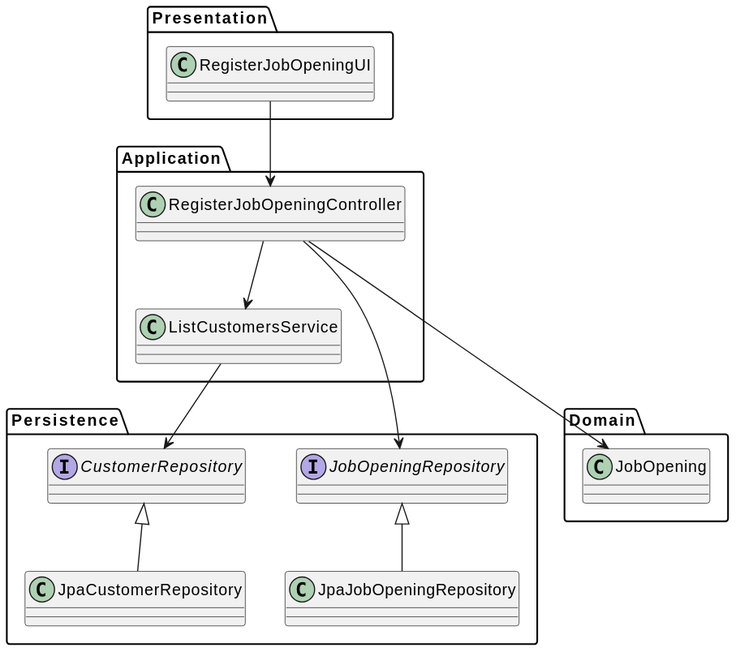
Before: docs/Sprint B/us_2002/class-diagram-01.svg, a diagram exported from PlantUML (Goncalves2525/Jobs4U-Talent-Acquisition-Management-System). Its diagram source:
```plantuml
@startuml
package Presentation {
    class RegisterJobOpeningUI
}

package Domain {
    class JobOpening
}

package Persistence {
    class JpaJobOpeningRepository
    class JpaCustomerRepository
    interface JobOpeningRepository
    interface CustomerRepository
}

package Application {
    class RegisterJobOpeningController
    class ListCustomersService
}



Presentation.RegisterJobOpeningUI --> Application.RegisterJobOpeningController
Application.RegisterJobOpeningController --> Persistence.JobOpeningRepository
Persistence.JobOpeningRepository <|-- Persistence.JpaJobOpeningRepository
Persistence.CustomerRepository <|-- Persistence.JpaCustomerRepository
Application.RegisterJobOpeningController --> Application.ListCustomersService
Application.ListCustomersService --> Persistence.CustomerRepository
Application.RegisterJobOpeningController ---> Domain.JobOpening
@enduml
```
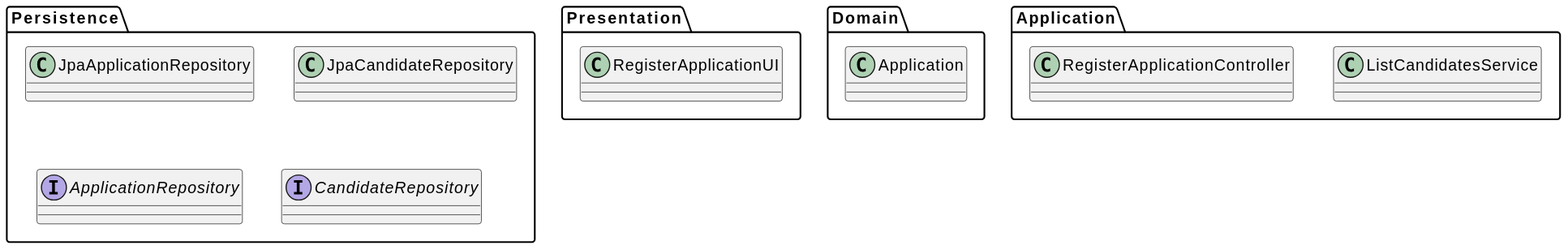
Later version of the same file.

Change to the diagram source:
```diff
@@ -1,31 +1,23 @@
 @startuml
 package Presentation {
-    class RegisterJobOpeningUI
+    class RegisterApplicationUI
 }
 
 package Domain {
-    class JobOpening
+    class Application
 }
 
 package Persistence {
-    class JpaJobOpeningRepository
-    class JpaCustomerRepository
-    interface JobOpeningRepository
-    interface CustomerRepository
+    class JpaApplicationRepository
+    class JpaCandidateRepository
+    interface ApplicationRepository
+    interface CandidateRepository
 }
 
 package Application {
-    class RegisterJobOpeningController
-    class ListCustomersService
+    class RegisterApplicationController
+    class ListCandidatesService
 }
 
 
-
-Presentation.RegisterJobOpeningUI --> Application.RegisterJobOpeningController
-Application.RegisterJobOpeningController --> Persistence.JobOpeningRepository
-Persistence.JobOpeningRepository <|-- Persistence.JpaJobOpeningRepository
-Persistence.CustomerRepository <|-- Persistence.JpaCustomerRepository
-Application.RegisterJobOpeningController --> Application.ListCustomersService
-Application.ListCustomersService --> Persistence.CustomerRepository
-Application.RegisterJobOpeningController ---> Domain.JobOpening
 @enduml
```
